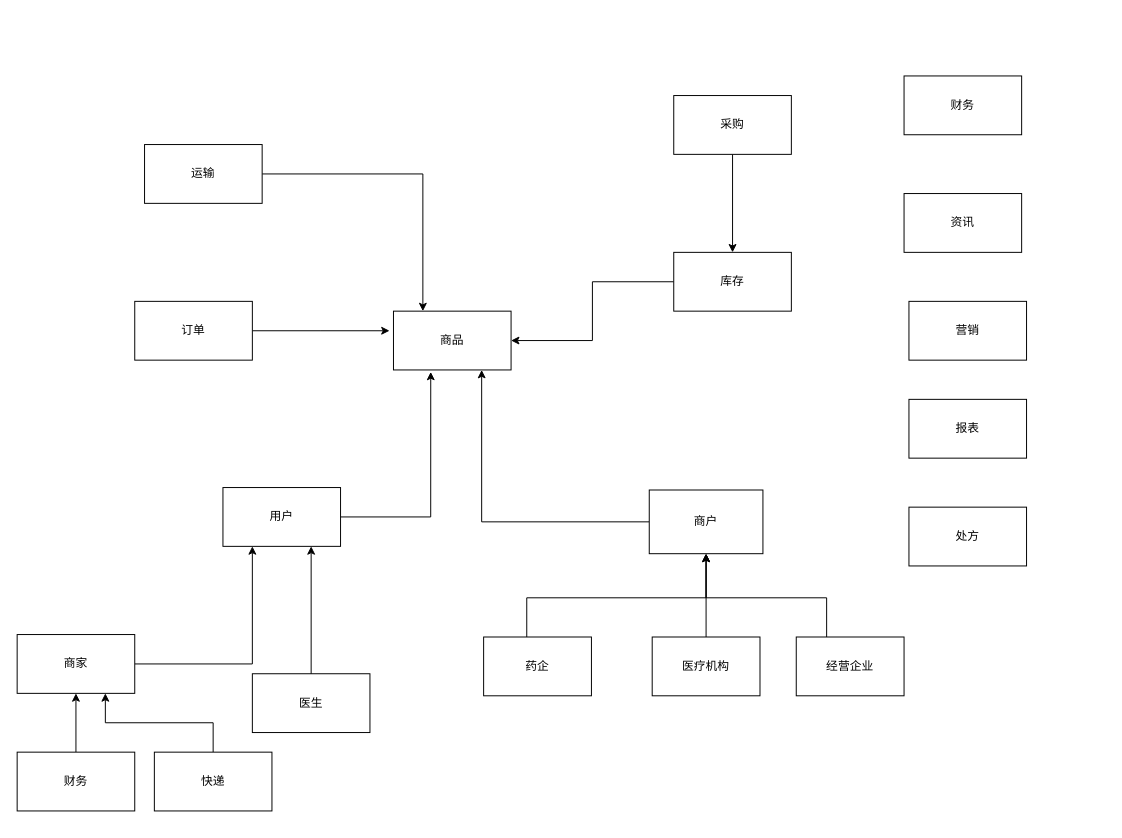
Before: ddd.drawio in evilbinary/data, a draw.io diagram. Source tidied: cells renumbered, new cells numbered last; positions are measured from the earlier drawing's top-left corner, leaving out a move shared by most shapes. Both pictures are drawn from the tidied source at 98%, with x=0, y=0 at pixel (17, 75).
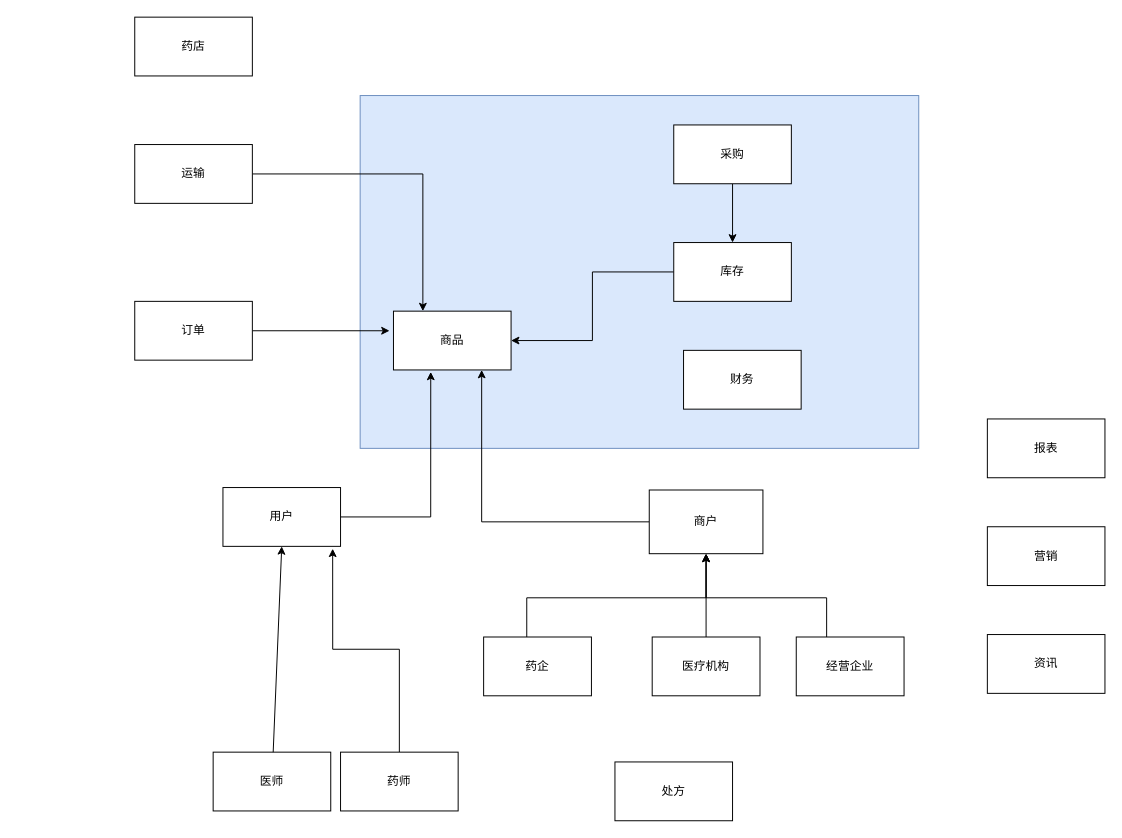
Above is the later version.

Unchanged cells that the change refers to:
```xml
<mxCell id="12" value="用户" style="rounded=0;whiteSpace=wrap;html=1;" parent="1" vertex="1">
  <mxGeometry x="210" y="420" width="120" height="60" as="geometry" />
</mxCell>
```

What changed in the source:
```diff
@@
+    <mxCell id="34" style="rounded=0;whiteSpace=wrap;html=1;fillColor=#dae8fc;strokeColor=#6c8ebf;" parent="1" vertex="1">
+      <mxGeometry x="350" y="20" width="570" height="360" as="geometry" />
+    </mxCell>
@@
     <mxCell id="6" value="运输" style="rounded=0;whiteSpace=wrap;html=1;" parent="1" vertex="1">
-      <mxGeometry x="130" y="70" width="120" height="60" as="geometry" />
+      <mxGeometry x="120" y="70" width="120" height="60" as="geometry" />
     </mxCell>
@@
     <mxCell id="8" value="库存" style="rounded=0;whiteSpace=wrap;html=1;" parent="1" vertex="1">
-      <mxGeometry x="670" y="180" width="120" height="60" as="geometry" />
+      <mxGeometry x="670" y="170" width="120" height="60" as="geometry" />
     </mxCell>
@@
     <mxCell id="10" value="采购" style="rounded=0;whiteSpace=wrap;html=1;" parent="1" vertex="1">
-      <mxGeometry x="670" y="20" width="120" height="60" as="geometry" />
+      <mxGeometry x="670" y="50" width="120" height="60" as="geometry" />
     </mxCell>
@@
     <mxCell id="21" value="营销" style="rounded=0;whiteSpace=wrap;html=1;" parent="1" vertex="1">
-      <mxGeometry x="910" y="230" width="120" height="60" as="geometry" />
+      <mxGeometry x="990" y="460" width="120" height="60" as="geometry" />
     </mxCell>
-    <mxCell id="22" value="医生" style="rounded=0;whiteSpace=wrap;html=1;" parent="1" vertex="1">
-      <mxGeometry x="240" y="610" width="120" height="60" as="geometry" />
+    <mxCell id="22" value="医师" style="rounded=0;whiteSpace=wrap;html=1;" parent="1" vertex="1">
+      <mxGeometry x="200" y="690" width="120" height="60" as="geometry" />
     </mxCell>
-    <mxCell id="23" style="endArrow=classic;html=1;rounded=0;entryX=0.75;entryY=1;entryDx=0;entryDy=0;" parent="1" edge="1" source="22" target="12">
+    <mxCell id="23" style="endArrow=classic;html=1;rounded=0;entryX=0.5;entryY=1;entryDx=0;entryDy=0;" parent="1" edge="1" source="22" target="12">
       <mxGeometry relative="1" as="geometry" />
     </mxCell>
-    <mxCell id="24" style="edgeStyle=orthogonalEdgeStyle;rounded=0;jettySize=auto;html=1;entryX=0.25;entryY=1;entryDx=0;entryDy=0;" parent="1" edge="1" source="25" target="12">
-      <mxGeometry relative="1" as="geometry" />
-    </mxCell>
-    <mxCell id="25" value="商家" style="rounded=0;whiteSpace=wrap;html=1;" parent="1" vertex="1">
-      <mxGeometry y="570" width="120" height="60" as="geometry" />
+    <mxCell id="25" value="药店" style="rounded=0;whiteSpace=wrap;html=1;" parent="1" vertex="1">
+      <mxGeometry x="120" y="-60" width="120" height="60" as="geometry" />
     </mxCell>
-    <mxCell id="26" style="edgeStyle=orthogonalEdgeStyle;rounded=0;jettySize=auto;html=1;" parent="1" edge="1" source="27" target="25">
-      <mxGeometry relative="1" as="geometry" />
-    </mxCell>
-    <mxCell id="27" value="财务" style="rounded=0;whiteSpace=wrap;html=1;" parent="1" vertex="1">
-      <mxGeometry y="690" width="120" height="60" as="geometry" />
-    </mxCell>
-    <mxCell id="28" style="edgeStyle=orthogonalEdgeStyle;rounded=0;jettySize=auto;html=1;entryX=0.75;entryY=1;entryDx=0;entryDy=0;" parent="1" edge="1" source="29" target="25">
-      <mxGeometry relative="1" as="geometry">
-        <Array as="points">
-          <mxPoint x="200" y="660" />
-          <mxPoint x="90" y="660" />
-        </Array>
-      </mxGeometry>
-    </mxCell>
-    <mxCell id="29" value="快递" style="rounded=0;whiteSpace=wrap;html=1;" parent="1" vertex="1">
-      <mxGeometry x="140" y="690" width="120" height="60" as="geometry" />
-    </mxCell>
     <mxCell id="30" value="财务" style="rounded=0;whiteSpace=wrap;html=1;" parent="1" vertex="1">
-      <mxGeometry x="905" width="120" height="60" as="geometry" />
+      <mxGeometry x="680" y="280" width="120" height="60" as="geometry" />
     </mxCell>
     <mxCell id="31" value="处方" style="rounded=0;whiteSpace=wrap;html=1;" parent="1" vertex="1">
-      <mxGeometry x="910" y="440" width="120" height="60" as="geometry" />
+      <mxGeometry x="610" y="700" width="120" height="60" as="geometry" />
     </mxCell>
     <mxCell id="32" value="资讯" style="rounded=0;whiteSpace=wrap;html=1;" parent="1" vertex="1">
-      <mxGeometry x="905" y="120" width="120" height="60" as="geometry" />
+      <mxGeometry x="990" y="570" width="120" height="60" as="geometry" />
     </mxCell>
     <mxCell id="33" value="报表" style="rounded=0;whiteSpace=wrap;html=1;" parent="1" vertex="1">
-      <mxGeometry x="910" y="330" width="120" height="60" as="geometry" />
+      <mxGeometry x="990" y="350" width="120" height="60" as="geometry" />
     </mxCell>
+    <mxCell id="35" style="edgeStyle=orthogonalEdgeStyle;rounded=0;jettySize=auto;html=1;entryX=0.933;entryY=1.04;entryDx=0;entryDy=0;entryPerimeter=0;" parent="1" edge="1" source="36" target="12">
+      <mxGeometry relative="1" as="geometry" />
+    </mxCell>
+    <mxCell id="36" value="药师" style="rounded=0;whiteSpace=wrap;html=1;" parent="1" vertex="1">
+      <mxGeometry x="330" y="690" width="120" height="60" as="geometry" />
+    </mxCell>
```
